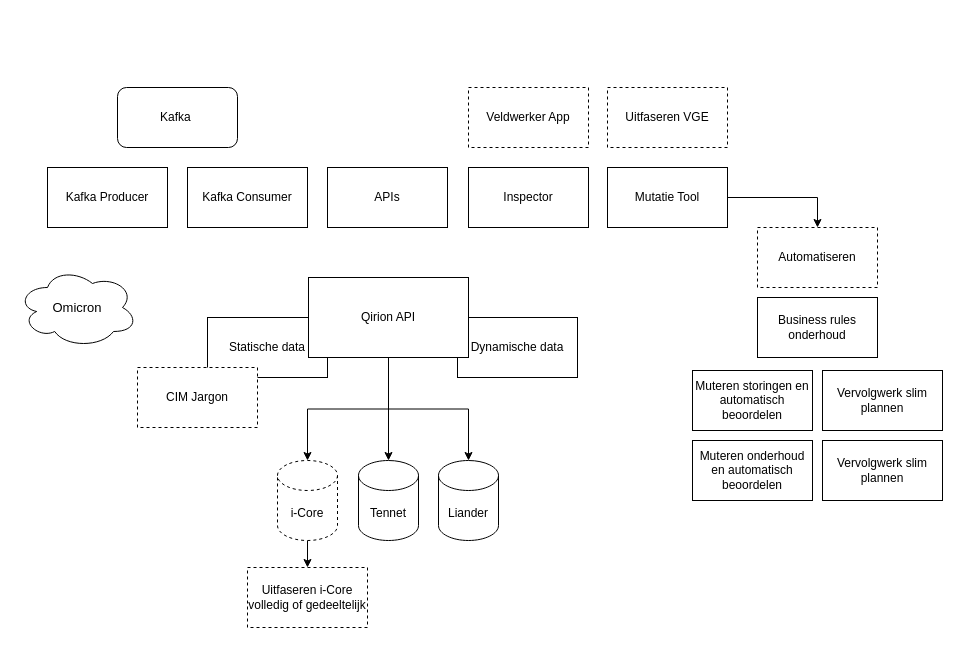
The draw.io diagram page "Mogelijkheden" (4 of 7) of staticWeb/Untitled Diagram.drawio in eleemans/react2022, before the edit. Source tidied: cells renumbered, new cells numbered last; positions are measured from the earlier drawing's top-left corner, leaving out a move shared by most shapes. Both pictures are drawn from the tidied source at 100%, with x=0, y=0 at pixel (17, 87).
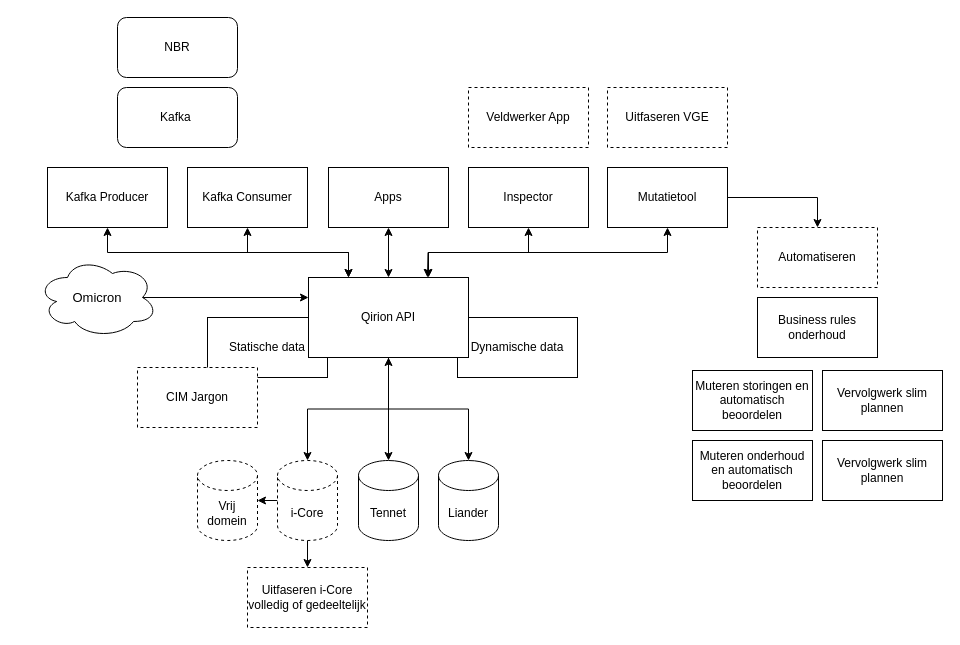
The same page after the edit.

Unchanged cells that the change refers to:
```xml
<mxCell id="6" value="i-Core" style="shape=cylinder3;whiteSpace=wrap;html=1;boundedLbl=1;backgroundOutline=1;size=15;dashed=1;" parent="1" vertex="1">
  <mxGeometry x="260" y="373" width="60" height="80" as="geometry" />
</mxCell>
<mxCell id="8" value="Liander" style="shape=cylinder3;whiteSpace=wrap;html=1;boundedLbl=1;backgroundOutline=1;size=15;" parent="1" vertex="1">
  <mxGeometry x="421" y="373" width="60" height="80" as="geometry" />
</mxCell>
<mxCell id="9" value="Kafka Consumer" style="rounded=0;whiteSpace=wrap;html=1;" parent="1" vertex="1">
  <mxGeometry x="170" y="80" width="120" height="60" as="geometry" />
</mxCell>
<mxCell id="10" value="Inspector" style="rounded=0;whiteSpace=wrap;html=1;" parent="1" vertex="1">
  <mxGeometry x="451" y="80" width="120" height="60" as="geometry" />
</mxCell>
<mxCell id="14" value="Kafka Producer" style="rounded=0;whiteSpace=wrap;html=1;" parent="1" vertex="1">
  <mxGeometry x="30" y="80" width="120" height="60" as="geometry" />
</mxCell>
<mxCell id="19" value="Qirion API" style="rounded=0;whiteSpace=wrap;html=1;" parent="1" vertex="1">
  <mxGeometry x="291" y="190" width="160" height="80" as="geometry" />
</mxCell>
```

The edit, as a diff of the source:
```diff
@@
-    <mxCell id="4" style="edgeStyle=orthogonalEdgeStyle;rounded=0;jettySize=auto;html=1;exitX=0.5;exitY=1;exitDx=0;exitDy=0;entryX=0.5;entryY=0;entryDx=0;entryDy=0;entryPerimeter=0;" parent="1" edge="1" source="19" target="8">
+    <mxCell id="4" style="edgeStyle=orthogonalEdgeStyle;rounded=0;jettySize=auto;html=1;exitX=0.5;exitY=1;exitDx=0;exitDy=0;entryX=0.5;entryY=0;entryDx=0;entryDy=0;entryPerimeter=0;startArrow=classic;startFill=1;" parent="1" edge="1" source="19" target="8">
       <mxGeometry relative="1" as="geometry" />
     </mxCell>
@@
+    <mxCell id="30" style="edgeStyle=orthogonalEdgeStyle;rounded=0;jettySize=auto;html=1;exitX=0;exitY=0.5;exitDx=0;exitDy=0;exitPerimeter=0;entryX=1;entryY=0.5;entryDx=0;entryDy=0;entryPerimeter=0;" parent="1" edge="1" source="6" target="37">
+      <mxGeometry relative="1" as="geometry" />
+    </mxCell>
@@
+    <mxCell id="31" style="edgeStyle=orthogonalEdgeStyle;rounded=0;jettySize=auto;html=1;exitX=0.5;exitY=1;exitDx=0;exitDy=0;entryX=0.25;entryY=0;entryDx=0;entryDy=0;startArrow=classic;startFill=1;" parent="1" edge="1" source="9" target="19">
+      <mxGeometry relative="1" as="geometry" />
+    </mxCell>
@@
+    <mxCell id="32" style="edgeStyle=orthogonalEdgeStyle;rounded=0;jettySize=auto;html=1;exitX=0.5;exitY=1;exitDx=0;exitDy=0;entryX=0.75;entryY=0;entryDx=0;entryDy=0;startArrow=classic;startFill=1;" parent="1" edge="1" source="10" target="19">
+      <mxGeometry relative="1" as="geometry" />
+    </mxCell>
@@
+    <mxCell id="33" style="edgeStyle=orthogonalEdgeStyle;rounded=0;jettySize=auto;html=1;exitX=0.5;exitY=1;exitDx=0;exitDy=0;startArrow=classic;startFill=1;" parent="1" edge="1" source="12">
+      <mxGeometry relative="1" as="geometry">
+        <mxPoint x="410" y="190" as="targetPoint" />
+      </mxGeometry>
+    </mxCell>
-    <mxCell id="12" value="Mutatie Tool" style="rounded=0;whiteSpace=wrap;html=1;" parent="1" vertex="1">
+    <mxCell id="12" value="Mutatietool" style="rounded=0;whiteSpace=wrap;html=1;" parent="1" vertex="1">
       <mxGeometry x="590" y="80" width="120" height="60" as="geometry" />
     </mxCell>
+    <mxCell id="34" style="edgeStyle=orthogonalEdgeStyle;rounded=0;jettySize=auto;html=1;exitX=0.5;exitY=1;exitDx=0;exitDy=0;entryX=0.5;entryY=0;entryDx=0;entryDy=0;startArrow=classic;startFill=1;" parent="1" edge="1" source="13" target="19">
+      <mxGeometry relative="1" as="geometry" />
+    </mxCell>
-    <mxCell id="13" value="APIs" style="rounded=0;whiteSpace=wrap;html=1;" parent="1" vertex="1">
-      <mxGeometry x="310" y="80" width="120" height="60" as="geometry" />
+    <mxCell id="13" value="Apps" style="rounded=0;whiteSpace=wrap;html=1;" parent="1" vertex="1">
+      <mxGeometry x="311" y="80" width="120" height="60" as="geometry" />
     </mxCell>
+    <mxCell id="35" style="edgeStyle=orthogonalEdgeStyle;rounded=0;jettySize=auto;html=1;exitX=0.5;exitY=1;exitDx=0;exitDy=0;entryX=0.25;entryY=0;entryDx=0;entryDy=0;startArrow=classic;startFill=1;" parent="1" edge="1" source="14" target="19">
+      <mxGeometry relative="1" as="geometry" />
+    </mxCell>
@@
+    <mxCell id="36" style="edgeStyle=orthogonalEdgeStyle;rounded=0;jettySize=auto;html=1;exitX=0.875;exitY=0.5;exitDx=0;exitDy=0;exitPerimeter=0;entryX=0;entryY=0.25;entryDx=0;entryDy=0;" parent="1" edge="1" source="16" target="19">
+      <mxGeometry relative="1" as="geometry" />
+    </mxCell>
     <mxCell id="16" value="Omicron" style="ellipse;shape=cloud;whiteSpace=wrap;html=1;labelBackgroundColor=#FFFFFF;fontSize=13;fontColor=#000000;" parent="1" vertex="1">
-      <mxGeometry y="180" width="120" height="80" as="geometry" />
+      <mxGeometry x="20" y="170" width="120" height="80" as="geometry" />
     </mxCell>
@@
+    <mxCell id="37" value="Vrij domein" style="shape=cylinder3;whiteSpace=wrap;html=1;boundedLbl=1;backgroundOutline=1;size=15;dashed=1;" parent="1" vertex="1">
+      <mxGeometry x="180" y="373" width="60" height="80" as="geometry" />
+    </mxCell>
+    <mxCell id="38" value="NBR" style="rounded=1;whiteSpace=wrap;html=1;" parent="1" vertex="1">
+      <mxGeometry x="100" y="-70" width="120" height="60" as="geometry" />
+    </mxCell>
```
